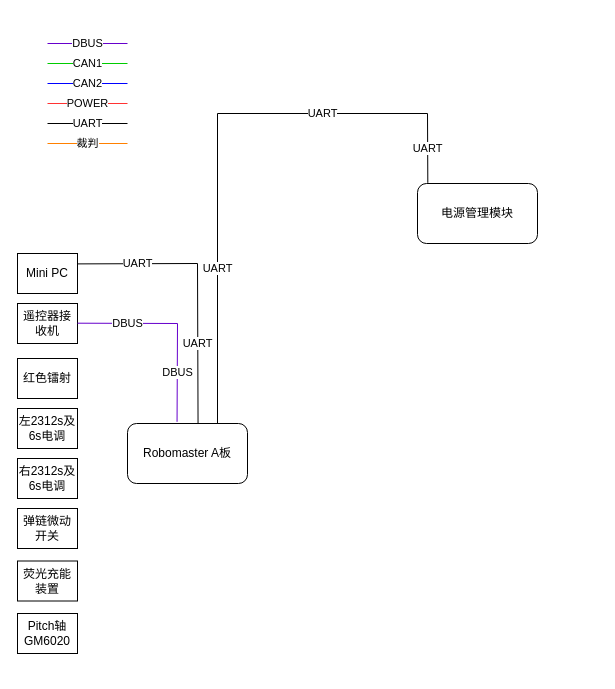
Above: Untitled Diagram.drawio in ping1999/XUAN-Bike (draw.io), before the change. Source tidied: cells renumbered, new cells numbered last; positions are measured from the earlier drawing's top-left corner, leaving out a move shared by most shapes. Both pictures are drawn from the tidied source at 100%, with x=0, y=0 at pixel (17, 43).
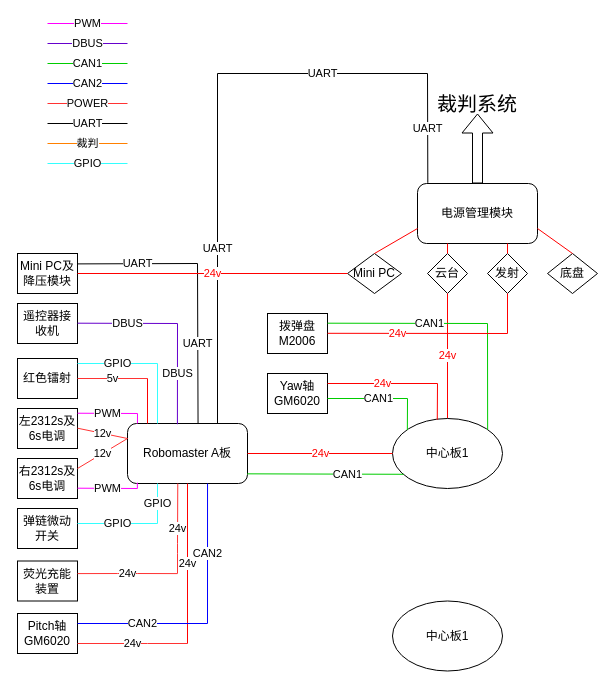
The same diagram, later.

The change refers to these unchanged cells:
```xml
<mxCell id="2" value="Robomaster A板" style="rounded=1;whiteSpace=wrap;html=1;" parent="1" vertex="1">
  <mxGeometry x="110" y="380" width="120" height="60" as="geometry" />
</mxCell>
<mxCell id="3" value="左2312s及6s电调" style="rounded=0;whiteSpace=wrap;html=1;" parent="1" vertex="1">
  <mxGeometry y="365" width="60" height="40" as="geometry" />
</mxCell>
<mxCell id="4" value="右2312s及6s电调" style="rounded=0;whiteSpace=wrap;html=1;" parent="1" vertex="1">
  <mxGeometry y="415" width="60" height="40" as="geometry" />
</mxCell>
<mxCell id="5" value="红色镭射" style="rounded=0;whiteSpace=wrap;html=1;" parent="1" vertex="1">
  <mxGeometry y="315" width="60" height="40" as="geometry" />
</mxCell>
<mxCell id="9" value="电源管理模块" style="rounded=1;whiteSpace=wrap;html=1;" parent="1" vertex="1">
  <mxGeometry x="400" y="140" width="120" height="60" as="geometry" />
</mxCell>
<mxCell id="10" value="Pitch轴GM6020" style="rounded=0;whiteSpace=wrap;html=1;" parent="1" vertex="1">
  <mxGeometry y="570" width="60" height="40" as="geometry" />
</mxCell>
```

Change to the diagram source:
```diff
@@
-    <mxCell id="11" value="Mini PC" style="rounded=0;whiteSpace=wrap;html=1;" parent="1" vertex="1">
+    <mxCell id="11" value="Mini PC及降压模块" style="rounded=0;whiteSpace=wrap;html=1;" parent="1" vertex="1">
       <mxGeometry y="210" width="60" height="40" as="geometry" />
     </mxCell>
@@
     <mxCell id="17" value="UART" style="endArrow=none;html=1;exitX=0.75;exitY=0;exitDx=0;exitDy=0;" parent="1" edge="1" source="2">
       <mxGeometry relative="1" as="geometry">
-        <mxPoint x="200" y="70" as="targetPoint" />
+        <mxPoint x="200" y="30" as="targetPoint" />
       </mxGeometry>
     </mxCell>
     <mxCell id="18" value="UART" style="endArrow=none;html=1;" parent="1" edge="1">
       <mxGeometry relative="1" as="geometry">
-        <mxPoint x="200" y="70" as="sourcePoint" />
-        <mxPoint x="410" y="70" as="targetPoint" />
+        <mxPoint x="200" y="30" as="sourcePoint" />
+        <mxPoint x="410" y="30" as="targetPoint" />
       </mxGeometry>
     </mxCell>
     <mxCell id="19" value="UART" style="endArrow=none;html=1;entryX=0.086;entryY=-0.011;entryDx=0;entryDy=0;entryPerimeter=0;" parent="1" edge="1" target="9">
       <mxGeometry relative="1" as="geometry">
-        <mxPoint x="410" y="70" as="sourcePoint" />
+        <mxPoint x="410" y="30" as="sourcePoint" />
       </mxGeometry>
     </mxCell>
@@
-    <mxCell id="24" value="DBUS" style="endArrow=none;html=1;strokeColor=#6600CC;entryX=0.413;entryY=-0.028;entryDx=0;entryDy=0;entryPerimeter=0;" parent="1" edge="1" target="2">
+    <mxCell id="24" value="DBUS" style="endArrow=none;html=1;strokeColor=#6600CC;entryX=0.416;entryY=0.012;entryDx=0;entryDy=0;entryPerimeter=0;" parent="1" edge="1" target="2">
       <mxGeometry relative="1" as="geometry">
         <mxPoint x="160" y="280" as="sourcePoint" />
       </mxGeometry>
     </mxCell>
+    <mxCell id="25" value="12v" style="endArrow=none;html=1;strokeColor=#FF3333;entryX=0;entryY=0.25;entryDx=0;entryDy=0;" parent="1" edge="1" target="2">
+      <mxGeometry relative="1" as="geometry">
+        <mxPoint x="60" y="384.7" as="sourcePoint" />
+      </mxGeometry>
+    </mxCell>
+    <mxCell id="26" value="12v" style="endArrow=none;html=1;strokeColor=#FF3333;exitX=1;exitY=0.25;exitDx=0;exitDy=0;entryX=0;entryY=0.25;entryDx=0;entryDy=0;" parent="1" edge="1" source="4" target="2">
+      <mxGeometry relative="1" as="geometry" />
+    </mxCell>
+    <mxCell id="27" value="&lt;font color=&quot;#000000&quot;&gt;Mini PC&lt;/font&gt;" style="rhombus;whiteSpace=wrap;html=1;fontColor=#FF0000;" parent="1" vertex="1">
+      <mxGeometry x="330" y="210" width="54" height="40" as="geometry" />
+    </mxCell>
+    <mxCell id="28" value="&lt;font color=&quot;#000000&quot;&gt;云台&lt;/font&gt;" style="rhombus;whiteSpace=wrap;html=1;fontColor=#FF0000;" parent="1" vertex="1">
+      <mxGeometry x="410" y="210" width="40" height="40" as="geometry" />
+    </mxCell>
+    <mxCell id="29" value="&lt;font color=&quot;#000000&quot;&gt;发射&lt;/font&gt;" style="rhombus;whiteSpace=wrap;html=1;fontColor=#FF0000;" parent="1" vertex="1">
+      <mxGeometry x="470" y="210" width="40" height="40" as="geometry" />
+    </mxCell>
+    <mxCell id="30" value="&lt;font color=&quot;#000000&quot;&gt;底盘&lt;/font&gt;" style="rhombus;whiteSpace=wrap;html=1;fontColor=#FF0000;" parent="1" vertex="1">
+      <mxGeometry x="530" y="210" width="50" height="40" as="geometry" />
+    </mxCell>
+    <mxCell id="31" value="PWM" style="endArrow=none;html=1;strokeColor=#FF00FF;" parent="1" edge="1">
+      <mxGeometry relative="1" as="geometry">
+        <mxPoint x="30" y="-20" as="sourcePoint" />
+        <mxPoint x="110" y="-20" as="targetPoint" />
+      </mxGeometry>
+    </mxCell>
+    <mxCell id="32" style="endArrow=none;html=1;fontColor=#FF0000;exitX=0.5;exitY=0;exitDx=0;exitDy=0;entryX=0;entryY=0.75;entryDx=0;entryDy=0;strokeColor=#FF0000;" parent="1" edge="1" source="27" target="9">
+      <mxGeometry relative="1" as="geometry" />
+    </mxCell>
+    <mxCell id="33" style="endArrow=none;html=1;fontColor=#FF0000;strokeColor=#FF0000;exitX=0.5;exitY=0;exitDx=0;exitDy=0;entryX=0.25;entryY=1;entryDx=0;entryDy=0;" parent="1" edge="1" source="28" target="9">
+      <mxGeometry relative="1" as="geometry" />
+    </mxCell>
+    <mxCell id="34" style="endArrow=none;html=1;fontColor=#FF0000;entryX=0.75;entryY=1;entryDx=0;entryDy=0;strokeColor=#FF0000;exitX=0.5;exitY=0;exitDx=0;exitDy=0;" parent="1" edge="1" source="29" target="9">
+      <mxGeometry relative="1" as="geometry" />
+    </mxCell>
+    <mxCell id="35" style="endArrow=none;html=1;fontColor=#FF0000;exitX=0.5;exitY=0;exitDx=0;exitDy=0;entryX=1;entryY=0.75;entryDx=0;entryDy=0;strokeColor=#FF0000;" parent="1" edge="1" source="30" target="9">
+      <mxGeometry relative="1" as="geometry" />
+    </mxCell>
+    <mxCell id="36" value="24v" style="endArrow=none;html=1;fontColor=#FF0000;exitX=1;exitY=0.5;exitDx=0;exitDy=0;entryX=0;entryY=0.5;entryDx=0;entryDy=0;strokeColor=#FF0000;" parent="1" edge="1" source="11" target="27">
+      <mxGeometry relative="1" as="geometry" />
+    </mxCell>
+    <mxCell id="37" value="24v" style="endArrow=none;html=1;fontColor=#FF0000;entryX=0.5;entryY=1;entryDx=0;entryDy=0;strokeColor=#FF0000;" parent="1" edge="1" source="53" target="28">
+      <mxGeometry relative="1" as="geometry" />
+    </mxCell>
+    <mxCell id="38" value="PWM" style="endArrow=none;html=1;strokeColor=#FF00FF;exitX=1.001;exitY=0.118;exitDx=0;exitDy=0;exitPerimeter=0;" parent="1" edge="1" source="3">
+      <mxGeometry relative="1" as="geometry">
+        <mxPoint x="120" y="370" as="targetPoint" />
+      </mxGeometry>
+    </mxCell>
+    <mxCell id="39" style="endArrow=none;html=1;fontColor=#FF0000;strokeColor=#FF0000;exitX=0.078;exitY=-0.017;exitDx=0;exitDy=0;exitPerimeter=0;" parent="1" edge="1" source="2">
+      <mxGeometry relative="1" as="geometry">
+        <mxPoint x="119" y="379" as="targetPoint" />
+      </mxGeometry>
+    </mxCell>
+    <mxCell id="40" style="endArrow=none;html=1;fontColor=#FF0000;exitX=0.083;exitY=0;exitDx=0;exitDy=0;exitPerimeter=0;strokeColor=#FF00FF;" parent="1" edge="1" source="2">
+      <mxGeometry relative="1" as="geometry">
+        <mxPoint x="120" y="370" as="targetPoint" />
+      </mxGeometry>
+    </mxCell>
+    <mxCell id="41" value="PWM" style="endArrow=none;html=1;strokeColor=#FF00FF;exitX=1.001;exitY=0.118;exitDx=0;exitDy=0;exitPerimeter=0;" parent="1" edge="1">
+      <mxGeometry relative="1" as="geometry">
+        <mxPoint x="60" y="444.7" as="sourcePoint" />
+        <mxPoint x="119.9" y="445" as="targetPoint" />
+      </mxGeometry>
+    </mxCell>
+    <mxCell id="42" style="endArrow=none;html=1;fontColor=#FF0000;strokeColor=#FF0000;exitX=0.078;exitY=-0.017;exitDx=0;exitDy=0;exitPerimeter=0;" parent="1" edge="1">
+      <mxGeometry relative="1" as="geometry">
+        <mxPoint x="119.3" y="454" as="sourcePoint" />
+        <mxPoint x="118.9" y="454" as="targetPoint" />
+      </mxGeometry>
+    </mxCell>
+    <mxCell id="43" style="endArrow=none;html=1;fontColor=#FF0000;exitX=0.082;exitY=0.985;exitDx=0;exitDy=0;exitPerimeter=0;strokeColor=#FF00FF;" parent="1" edge="1" source="2">
+      <mxGeometry relative="1" as="geometry">
+        <mxPoint x="119.9" y="445" as="targetPoint" />
+      </mxGeometry>
+    </mxCell>
+    <mxCell id="44" value="GPIO" style="endArrow=none;html=1;strokeColor=#33FFFF;" parent="1" edge="1">
+      <mxGeometry relative="1" as="geometry">
+        <mxPoint x="60" y="480" as="sourcePoint" />
+        <mxPoint x="140" y="480" as="targetPoint" />
+      </mxGeometry>
+    </mxCell>
+    <mxCell id="45" value="GPIO" style="endArrow=none;html=1;strokeColor=#33FFFF;" parent="1" edge="1">
+      <mxGeometry relative="1" as="geometry">
+        <mxPoint x="30" y="120" as="sourcePoint" />
+        <mxPoint x="110" y="120" as="targetPoint" />
+      </mxGeometry>
+    </mxCell>
+    <mxCell id="46" value="GPIO" style="endArrow=none;html=1;strokeColor=#33FFFF;entryX=0.25;entryY=1;entryDx=0;entryDy=0;" parent="1" edge="1" target="2">
+      <mxGeometry relative="1" as="geometry">
+        <mxPoint x="140" y="480" as="sourcePoint" />
+      </mxGeometry>
+    </mxCell>
+    <mxCell id="47" value="GPIO" style="endArrow=none;html=1;strokeColor=#33FFFF;" parent="1" edge="1">
+      <mxGeometry relative="1" as="geometry">
+        <mxPoint x="60" y="320" as="sourcePoint" />
+        <mxPoint x="140" y="320" as="targetPoint" />
+      </mxGeometry>
+    </mxCell>
+    <mxCell id="48" style="endArrow=none;html=1;strokeColor=#33FFFF;" parent="1" edge="1">
+      <mxGeometry y="-10" relative="1" as="geometry">
+        <mxPoint x="140" y="380" as="sourcePoint" />
+        <mxPoint x="140" y="320" as="targetPoint" />
+      </mxGeometry>
+    </mxCell>
+    <mxCell id="49" value="24v" style="endArrow=none;html=1;strokeColor=#FF3333;exitX=1;exitY=0.25;exitDx=0;exitDy=0;" parent="1" edge="1">
+      <mxGeometry relative="1" as="geometry">
+        <mxPoint x="60" y="530.1" as="sourcePoint" />
+        <mxPoint x="160" y="530.1" as="targetPoint" />
+        <Array as="points">
+          <mxPoint x="110" y="530" />
+        </Array>
+      </mxGeometry>
+    </mxCell>
+    <mxCell id="50" value="24v" style="endArrow=none;html=1;strokeColor=#FF3333;entryX=0.419;entryY=1;entryDx=0;entryDy=0;entryPerimeter=0;" parent="1" edge="1" target="2">
+      <mxGeometry relative="1" as="geometry">
+        <mxPoint x="160" y="530" as="sourcePoint" />
+        <Array as="points">
+          <mxPoint x="160" y="500" />
+        </Array>
+      </mxGeometry>
+    </mxCell>
+    <mxCell id="51" value="24v" style="endArrow=none;html=1;strokeColor=#FF3333;exitX=1;exitY=0.75;exitDx=0;exitDy=0;" parent="1" edge="1" source="10">
+      <mxGeometry relative="1" as="geometry">
+        <mxPoint x="170" y="600" as="targetPoint" />
+        <Array as="points">
+          <mxPoint x="120" y="600" />
+        </Array>
+      </mxGeometry>
+    </mxCell>
+    <mxCell id="52" value="24v" style="endArrow=none;html=1;entryX=0.5;entryY=1;entryDx=0;entryDy=0;strokeColor=#FF0000;" parent="1" edge="1" target="2">
+      <mxGeometry relative="1" as="geometry">
+        <mxPoint x="170" y="600" as="sourcePoint" />
+      </mxGeometry>
+    </mxCell>
+    <mxCell id="53" value="中心板1" style="ellipse;whiteSpace=wrap;html=1;" parent="1" vertex="1">
+      <mxGeometry x="375" y="375" width="110" height="70" as="geometry" />
+    </mxCell>
+    <mxCell id="54" value="24v" style="endArrow=none;html=1;fontColor=#FF0000;strokeColor=#FF0000;exitX=1;exitY=0.5;exitDx=0;exitDy=0;entryX=0;entryY=0.5;entryDx=0;entryDy=0;" parent="1" edge="1" source="2" target="53">
+      <mxGeometry relative="1" as="geometry" />
+    </mxCell>
+    <mxCell id="55" value="5v" style="endArrow=none;html=1;strokeColor=#FF3333;exitX=1;exitY=0.5;exitDx=0;exitDy=0;" parent="1" edge="1" source="5">
+      <mxGeometry relative="1" as="geometry">
+        <mxPoint x="130" y="335" as="targetPoint" />
+      </mxGeometry>
+    </mxCell>
+    <mxCell id="56" style="endArrow=none;html=1;fontColor=#FF0000;strokeColor=#FF0000;" parent="1" edge="1">
+      <mxGeometry relative="1" as="geometry">
+        <mxPoint x="130" y="380" as="sourcePoint" />
+        <mxPoint x="130" y="335" as="targetPoint" />
+      </mxGeometry>
+    </mxCell>
+    <mxCell id="57" value="CAN1" style="endArrow=none;html=1;strokeColor=#00CC00;exitX=0.998;exitY=0.839;exitDx=0;exitDy=0;exitPerimeter=0;entryX=0.101;entryY=0.797;entryDx=0;entryDy=0;entryPerimeter=0;" parent="1" edge="1" source="2" target="53">
+      <mxGeometry x="0.28" relative="1" as="geometry" />
+    </mxCell>
+    <mxCell id="58" value="CAN2" style="endArrow=none;html=1;strokeColor=#0000FF;" parent="1" edge="1">
+      <mxGeometry relative="1" as="geometry">
+        <mxPoint x="60" y="580" as="sourcePoint" />
+        <mxPoint x="190" y="580" as="targetPoint" />
+      </mxGeometry>
+    </mxCell>
+    <mxCell id="59" value="CAN2" style="endArrow=none;html=1;strokeColor=#0000FF;entryX=0.667;entryY=1;entryDx=0;entryDy=0;entryPerimeter=0;" parent="1" edge="1" target="2">
+      <mxGeometry relative="1" as="geometry">
+        <mxPoint x="190" y="580" as="sourcePoint" />
+      </mxGeometry>
+    </mxCell>
+    <mxCell id="60" value="拨弹盘M2006" style="rounded=0;whiteSpace=wrap;html=1;" parent="1" vertex="1">
+      <mxGeometry x="250" y="270" width="60" height="40" as="geometry" />
+    </mxCell>
+    <mxCell id="61" value="Yaw轴GM6020" style="rounded=0;whiteSpace=wrap;html=1;" parent="1" vertex="1">
+      <mxGeometry x="250" y="330" width="60" height="40" as="geometry" />
+    </mxCell>
+    <mxCell id="62" value="CAN1" style="endArrow=none;html=1;strokeColor=#00CC00;exitX=0.998;exitY=0.839;exitDx=0;exitDy=0;exitPerimeter=0;" parent="1" edge="1">
+      <mxGeometry x="0.28" relative="1" as="geometry">
+        <mxPoint x="310" y="355" as="sourcePoint" />
+        <mxPoint x="390" y="355" as="targetPoint" />
+      </mxGeometry>
+    </mxCell>
+    <mxCell id="63" style="endArrow=none;html=1;strokeColor=#00CC00;entryX=0.135;entryY=0.166;entryDx=0;entryDy=0;entryPerimeter=0;" parent="1" edge="1" target="53">
+      <mxGeometry x="0.09" relative="1" as="geometry">
+        <mxPoint x="390" y="355" as="sourcePoint" />
+      </mxGeometry>
+    </mxCell>
+    <mxCell id="64" value="CAN1" style="endArrow=none;html=1;strokeColor=#00CC00;exitX=0.998;exitY=0.839;exitDx=0;exitDy=0;exitPerimeter=0;" parent="1" edge="1">
+      <mxGeometry x="0.28" relative="1" as="geometry">
+        <mxPoint x="310" y="279.7" as="sourcePoint" />
+        <mxPoint x="470" y="280" as="targetPoint" />
+      </mxGeometry>
+    </mxCell>
+    <mxCell id="65" style="endArrow=none;html=1;strokeColor=#00CC00;entryX=0.865;entryY=0.161;entryDx=0;entryDy=0;entryPerimeter=0;" parent="1" edge="1" target="53">
+      <mxGeometry x="0.28" relative="1" as="geometry">
+        <mxPoint x="470" y="280" as="sourcePoint" />
+      </mxGeometry>
+    </mxCell>
+    <mxCell id="66" value="24v" style="endArrow=none;html=1;fontColor=#FF0000;strokeColor=#FF0000;exitX=1;exitY=0.5;exitDx=0;exitDy=0;" parent="1" edge="1">
+      <mxGeometry relative="1" as="geometry">
+        <mxPoint x="310" y="340" as="sourcePoint" />
+        <mxPoint x="420" y="340" as="targetPoint" />
+      </mxGeometry>
+    </mxCell>
+    <mxCell id="67" style="endArrow=none;html=1;fontColor=#FF0000;strokeColor=#FF0000;exitX=0.407;exitY=0.019;exitDx=0;exitDy=0;exitPerimeter=0;" parent="1" edge="1" source="53">
+      <mxGeometry x="-0.1" relative="1" as="geometry">
+        <mxPoint x="420" y="340" as="targetPoint" />
+      </mxGeometry>
+    </mxCell>
+    <mxCell id="68" value="24v" style="endArrow=none;html=1;fontColor=#FF0000;strokeColor=#FF0000;exitX=1;exitY=0.5;exitDx=0;exitDy=0;" parent="1" edge="1">
+      <mxGeometry x="-0.22" relative="1" as="geometry">
+        <mxPoint x="310" y="289.8" as="sourcePoint" />
+        <mxPoint x="490" y="290" as="targetPoint" />
+      </mxGeometry>
+    </mxCell>
+    <mxCell id="69" style="endArrow=none;html=1;fontColor=#FF0000;strokeColor=#FF0000;entryX=0.5;entryY=1;entryDx=0;entryDy=0;" parent="1" edge="1" target="29">
+      <mxGeometry x="-0.1" relative="1" as="geometry">
+        <mxPoint x="490" y="290" as="sourcePoint" />
+      </mxGeometry>
+    </mxCell>
+    <mxCell id="70" value="中心板1" style="ellipse;whiteSpace=wrap;html=1;" parent="1" vertex="1">
+      <mxGeometry x="375" y="557.5" width="110" height="70" as="geometry" />
+    </mxCell>
+    <mxCell id="71" style="shape=flexArrow;endArrow=classic;html=1;fontColor=#000000;exitX=0.5;exitY=0;exitDx=0;exitDy=0;" parent="1" edge="1" source="9">
+      <mxGeometry relative="1" as="geometry">
+        <mxPoint x="460" y="70" as="targetPoint" />
+      </mxGeometry>
+    </mxCell>
+    <mxCell id="72" value="&lt;font style=&quot;font-size: 20px&quot;&gt;裁判系统&lt;/font&gt;" style="text;html=1;strokeColor=none;fillColor=none;align=center;verticalAlign=middle;whiteSpace=wrap;rounded=0;fontColor=#000000;" parent="1" vertex="1">
+      <mxGeometry x="415" y="40" width="90" height="40" as="geometry" />
+    </mxCell>
```
